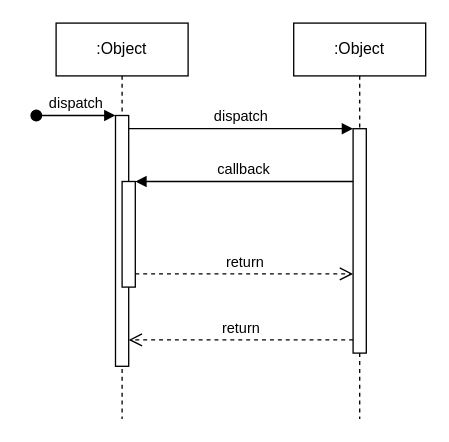
Earlier version of the draw.io diagram gittuto/studyfile/study.drawio (junehaha/studyFiles). Source tidied: cells renumbered, new cells numbered last; positions are measured from the earlier drawing's top-left corner, leaving out a move shared by most shapes. Both pictures are drawn from the tidied source at 132%, with x=0, y=0 at pixel (36, 22).
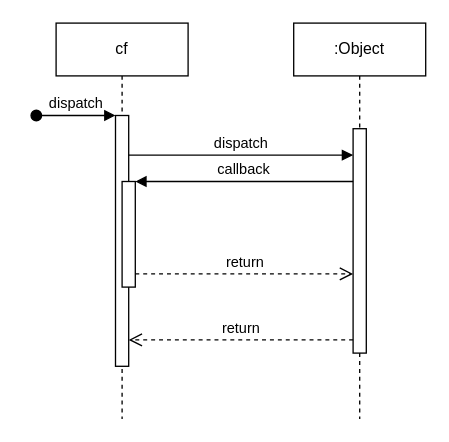
After the change.

The edit, as a diff of the source:
```diff
@@
 <mxGraphModel>
   <root>
     <mxCell id="0" />
     <mxCell id="1" parent="0" />
-    <mxCell id="2" value=":Object" style="shape=umlLifeline;perimeter=lifelinePerimeter;whiteSpace=wrap;html=1;newEdgeStyle={&quot;edgeStyle&quot;:&quot;elbowEdgeStyle&quot;,&quot;elbow&quot;:&quot;vertical&quot;,&quot;curved&quot;:0,&quot;rounded&quot;:0};" parent="1" vertex="1">
+    <mxCell id="2" value="cf&lt;br&gt;" style="shape=umlLifeline;perimeter=lifelinePerimeter;whiteSpace=wrap;html=1;newEdgeStyle={&quot;edgeStyle&quot;:&quot;elbowEdgeStyle&quot;,&quot;elbow&quot;:&quot;vertical&quot;,&quot;curved&quot;:0,&quot;rounded&quot;:0};" parent="1" vertex="1">
       <mxGeometry x="15" width="100" height="300" as="geometry" />
     </mxCell>
     <mxCell id="3" style="html=1;points=[];perimeter=orthogonalPerimeter;outlineConnect=0;targetShapes=umlLifeline;portConstraint=eastwest;newEdgeStyle={&quot;edgeStyle&quot;:&quot;elbowEdgeStyle&quot;,&quot;elbow&quot;:&quot;vertical&quot;,&quot;curved&quot;:0,&quot;rounded&quot;:0};" parent="2" vertex="1">
       <mxGeometry x="45" y="70" width="10" height="190" as="geometry" />
     </mxCell>
     <mxCell id="4" value="dispatch" style="html=1;verticalAlign=bottom;startArrow=oval;endArrow=block;startSize=8;edgeStyle=elbowEdgeStyle;elbow=vertical;curved=0;rounded=0;" parent="2" edge="1" target="3">
       <mxGeometry relative="1" as="geometry">
         <mxPoint x="-15" y="70" as="sourcePoint" />
       </mxGeometry>
     </mxCell>
     <mxCell id="5" style="html=1;points=[];perimeter=orthogonalPerimeter;outlineConnect=0;targetShapes=umlLifeline;portConstraint=eastwest;newEdgeStyle={&quot;edgeStyle&quot;:&quot;elbowEdgeStyle&quot;,&quot;elbow&quot;:&quot;vertical&quot;,&quot;curved&quot;:0,&quot;rounded&quot;:0};" parent="2" vertex="1">
       <mxGeometry x="50" y="120" width="10" height="80" as="geometry" />
     </mxCell>
     <mxCell id="6" value=":Object" style="shape=umlLifeline;perimeter=lifelinePerimeter;whiteSpace=wrap;html=1;newEdgeStyle={&quot;edgeStyle&quot;:&quot;elbowEdgeStyle&quot;,&quot;elbow&quot;:&quot;vertical&quot;,&quot;curved&quot;:0,&quot;rounded&quot;:0};" parent="1" vertex="1">
       <mxGeometry x="195" width="100" height="300" as="geometry" />
     </mxCell>
     <mxCell id="7" style="html=1;points=[];perimeter=orthogonalPerimeter;outlineConnect=0;targetShapes=umlLifeline;portConstraint=eastwest;newEdgeStyle={&quot;edgeStyle&quot;:&quot;elbowEdgeStyle&quot;,&quot;elbow&quot;:&quot;vertical&quot;,&quot;curved&quot;:0,&quot;rounded&quot;:0};" parent="6" vertex="1">
       <mxGeometry x="45" y="80" width="10" height="170" as="geometry" />
     </mxCell>
     <mxCell id="8" value="dispatch" style="html=1;verticalAlign=bottom;endArrow=block;edgeStyle=elbowEdgeStyle;elbow=vertical;curved=0;rounded=0;" parent="1" edge="1" source="3" target="7">
       <mxGeometry relative="1" as="geometry">
         <Array as="points">
+          <mxPoint x="205" y="100" />
           <mxPoint x="155" y="80" />
         </Array>
       </mxGeometry>
     </mxCell>
     <mxCell id="9" value="return" style="html=1;verticalAlign=bottom;endArrow=open;dashed=1;endSize=8;edgeStyle=elbowEdgeStyle;elbow=vertical;curved=0;rounded=0;" parent="1" edge="1" source="7" target="3">
       <mxGeometry relative="1" as="geometry">
         <Array as="points">
           <mxPoint x="165" y="240" />
         </Array>
       </mxGeometry>
     </mxCell>
     <mxCell id="10" value="callback" style="html=1;verticalAlign=bottom;endArrow=block;edgeStyle=elbowEdgeStyle;elbow=vertical;curved=0;rounded=0;" parent="1" edge="1" source="7" target="5">
       <mxGeometry relative="1" as="geometry">
         <Array as="points">
           <mxPoint x="165" y="120" />
         </Array>
       </mxGeometry>
     </mxCell>
     <mxCell id="11" value="return" style="html=1;verticalAlign=bottom;endArrow=open;dashed=1;endSize=8;edgeStyle=elbowEdgeStyle;elbow=vertical;curved=0;rounded=0;" parent="1" edge="1" source="5" target="7">
       <mxGeometry relative="1" as="geometry">
         <Array as="points">
           <mxPoint x="155" y="190" />
         </Array>
       </mxGeometry>
     </mxCell>
   </root>
 </mxGraphModel>
```
